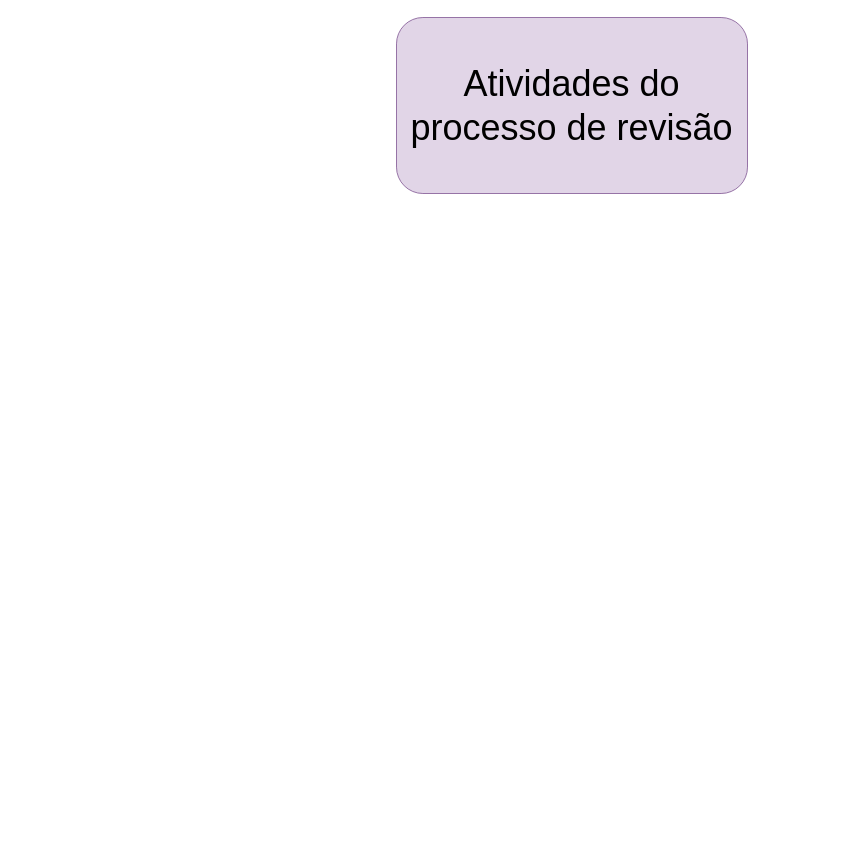
This is page "Subtopico 3.2.2" (6 of 7) of capitulo3.drawio from Natalirodriguess/estudos, a draw.io file, before an edit. Source tidied: cells renumbered, new cells numbered last; positions are measured from the earlier drawing's top-left corner, leaving out a move shared by most shapes. Both pictures are drawn from the tidied source at 100%, with x=0, y=0 at pixel (396, 17).
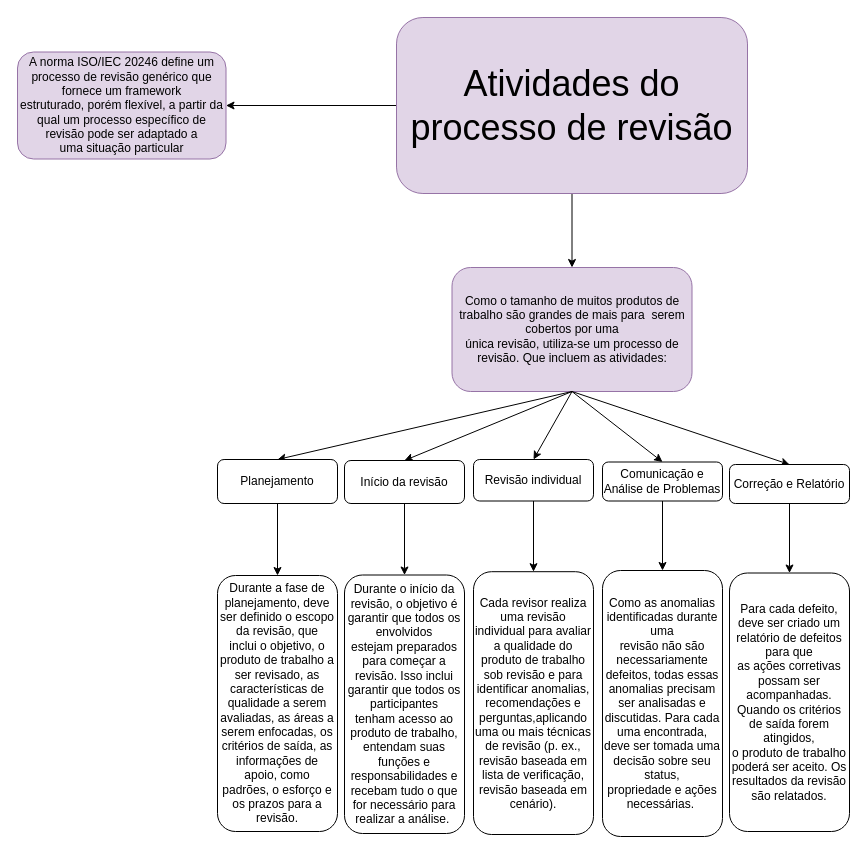
After the change.

Unchanged cells that the change refers to:
```xml
<mxCell id="2" value="&lt;font style=&quot;font-size: 36px;&quot;&gt;Atividades do processo de revisão  &lt;/font&gt;" style="rounded=1;whiteSpace=wrap;html=1;fillColor=#e1d5e7;strokeColor=#9673a6;" parent="1" vertex="1">
  <mxGeometry width="351" height="176" as="geometry" />
</mxCell>
```

What changed in the source:
```diff
@@
+    <mxCell id="3" style="edgeStyle=orthogonalEdgeStyle;rounded=0;jettySize=auto;html=1;" parent="1" edge="1" source="2" target="5">
+      <mxGeometry relative="1" as="geometry" />
+    </mxCell>
+    <mxCell id="4" style="edgeStyle=orthogonalEdgeStyle;rounded=0;jettySize=auto;html=1;" parent="1" edge="1" source="2" target="6">
+      <mxGeometry relative="1" as="geometry" />
+    </mxCell>
@@
+    <mxCell id="5" value="A norma ISO/IEC 20246 define um processo de revisão genérico que fornece um framework&lt;br/&gt;estruturado, porém flexível, a partir da qual um processo específico de revisão pode ser adaptado a&lt;br/&gt;uma situação particular" style="whiteSpace=wrap;html=1;fillColor=#e1d5e7;strokeColor=#9673a6;rounded=1;" parent="1" vertex="1">
+      <mxGeometry x="-379" y="34.5" width="208.5" height="107" as="geometry" />
+    </mxCell>
+    <mxCell id="6" value="Como o tamanho de muitos produtos de trabalho são grandes de mais para&amp;nbsp; serem cobertos por uma&lt;br/&gt;única revisão, utiliza-se um processo de revisão. Que incluem as atividades:" style="whiteSpace=wrap;html=1;fillColor=#e1d5e7;strokeColor=#9673a6;rounded=1;" parent="1" vertex="1">
+      <mxGeometry x="55.5" y="250" width="240" height="124" as="geometry" />
+    </mxCell>
+    <mxCell id="7" style="endArrow=classic;html=1;rounded=0;exitX=0.5;exitY=1;exitDx=0;exitDy=0;entryX=0.5;entryY=0;entryDx=0;entryDy=0;" parent="1" edge="1" source="6" target="9">
+      <mxGeometry relative="1" as="geometry" />
+    </mxCell>
+    <mxCell id="8" style="edgeStyle=orthogonalEdgeStyle;rounded=0;jettySize=auto;html=1;" parent="1" edge="1" source="9" target="22">
+      <mxGeometry relative="1" as="geometry" />
+    </mxCell>
+    <mxCell id="9" value="Planejamento" style="rounded=1;whiteSpace=wrap;html=1;" parent="1" vertex="1">
+      <mxGeometry x="-179" y="442" width="120" height="44" as="geometry" />
+    </mxCell>
+    <mxCell id="10" style="endArrow=classic;html=1;rounded=0;exitX=0.5;exitY=1;exitDx=0;exitDy=0;entryX=0.5;entryY=0;entryDx=0;entryDy=0;" parent="1" edge="1" source="6" target="12">
+      <mxGeometry relative="1" as="geometry" />
+    </mxCell>
+    <mxCell id="11" style="edgeStyle=orthogonalEdgeStyle;rounded=0;jettySize=auto;html=1;" parent="1" edge="1" source="12" target="23">
+      <mxGeometry relative="1" as="geometry" />
+    </mxCell>
+    <mxCell id="12" value="Início da revisão" style="rounded=1;whiteSpace=wrap;html=1;" parent="1" vertex="1">
+      <mxGeometry x="-52" y="443" width="120" height="43" as="geometry" />
+    </mxCell>
+    <mxCell id="13" style="endArrow=classic;html=1;rounded=0;exitX=0.5;exitY=1;exitDx=0;exitDy=0;entryX=0.5;entryY=0;entryDx=0;entryDy=0;" parent="1" edge="1" source="6" target="15">
+      <mxGeometry relative="1" as="geometry" />
+    </mxCell>
+    <mxCell id="14" style="edgeStyle=orthogonalEdgeStyle;rounded=0;jettySize=auto;html=1;" parent="1" edge="1" source="15" target="24">
+      <mxGeometry relative="1" as="geometry" />
+    </mxCell>
+    <mxCell id="15" value="&lt;br&gt;&lt;div&gt;Revisão individual&lt;br&gt;&lt;br&gt;&lt;/div&gt;" style="rounded=1;whiteSpace=wrap;html=1;" parent="1" vertex="1">
+      <mxGeometry x="77" y="442" width="120" height="41.5" as="geometry" />
+    </mxCell>
+    <mxCell id="16" style="endArrow=classic;html=1;rounded=0;exitX=0.5;exitY=1;exitDx=0;exitDy=0;entryX=0.5;entryY=0;entryDx=0;entryDy=0;" parent="1" edge="1" source="6" target="18">
+      <mxGeometry relative="1" as="geometry" />
+    </mxCell>
+    <mxCell id="17" style="edgeStyle=orthogonalEdgeStyle;rounded=0;jettySize=auto;html=1;" parent="1" edge="1" source="18" target="25">
+      <mxGeometry relative="1" as="geometry" />
+    </mxCell>
+    <mxCell id="18" value="Comunicação e Análise de Problemas" style="rounded=1;whiteSpace=wrap;html=1;" parent="1" vertex="1">
+      <mxGeometry x="206" y="444.5" width="120" height="39" as="geometry" />
+    </mxCell>
+    <mxCell id="19" style="endArrow=classic;html=1;rounded=0;exitX=0.5;exitY=1;exitDx=0;exitDy=0;entryX=0.5;entryY=0;entryDx=0;entryDy=0;" parent="1" edge="1" source="6" target="21">
+      <mxGeometry relative="1" as="geometry" />
+    </mxCell>
+    <mxCell id="20" style="edgeStyle=orthogonalEdgeStyle;rounded=0;jettySize=auto;html=1;" parent="1" edge="1" source="21" target="26">
+      <mxGeometry relative="1" as="geometry" />
+    </mxCell>
+    <mxCell id="21" value="Correção e Relatório" style="rounded=1;whiteSpace=wrap;html=1;" parent="1" vertex="1">
+      <mxGeometry x="333" y="447" width="120" height="39" as="geometry" />
+    </mxCell>
+    <mxCell id="22" value="Durante a fase de planejamento, deve ser definido o escopo da revisão, que&lt;br/&gt;inclui o objetivo, o produto de trabalho a ser revisado, as características de qualidade a serem&lt;br/&gt;avaliadas, as áreas a serem enfocadas, os critérios de saída, as informações de apoio, como&lt;br/&gt;padrões, o esforço e os prazos para a revisão." style="whiteSpace=wrap;html=1;rounded=1;" parent="1" vertex="1">
+      <mxGeometry x="-179" y="558" width="120" height="256" as="geometry" />
+    </mxCell>
+    <mxCell id="23" value="Durante o início da revisão, o objetivo é garantir que todos os envolvidos&lt;br/&gt;estejam preparados para começar a revisão. Isso inclui garantir que todos os participantes&lt;br/&gt;tenham acesso ao produto de trabalho, entendam suas funções e responsabilidades e&lt;br/&gt;recebam tudo o que for necessário para realizar a análise.&amp;nbsp;" style="whiteSpace=wrap;html=1;rounded=1;" parent="1" vertex="1">
+      <mxGeometry x="-52" y="557.5" width="120" height="258.5" as="geometry" />
+    </mxCell>
+    <mxCell id="24" value="Cada revisor realiza uma revisão individual para avaliar a qualidade do&lt;br/&gt;produto de trabalho sob revisão e para identificar anomalias, recomendações e perguntas,aplicando uma ou mais técnicas de revisão (p. ex., revisão baseada em lista de verificação,&lt;br/&gt;revisão baseada em cenário)." style="whiteSpace=wrap;html=1;rounded=1;" parent="1" vertex="1">
+      <mxGeometry x="77" y="554.2" width="120" height="262.8" as="geometry" />
+    </mxCell>
+    <mxCell id="25" value="Como as anomalias identificadas durante uma&lt;br/&gt;revisão não são necessariamente defeitos, todas essas anomalias precisam ser analisadas e&lt;br/&gt;discutidas. Para cada uma encontrada, deve ser tomada uma decisão sobre seu status,&lt;br/&gt;propriedade e ações necessárias.&amp;nbsp;" style="whiteSpace=wrap;html=1;rounded=1;" parent="1" vertex="1">
+      <mxGeometry x="206" y="553" width="120" height="266" as="geometry" />
+    </mxCell>
+    <mxCell id="26" value="Para cada defeito, deve ser criado um relatório de defeitos para que&lt;br/&gt;as ações corretivas possam ser acompanhadas. Quando os critérios de saída forem atingidos,&lt;br/&gt;o produto de trabalho poderá ser aceito. Os resultados da revisão são relatados." style="whiteSpace=wrap;html=1;rounded=1;" parent="1" vertex="1">
+      <mxGeometry x="333" y="555.5" width="120" height="258.5" as="geometry" />
+    </mxCell>
```
